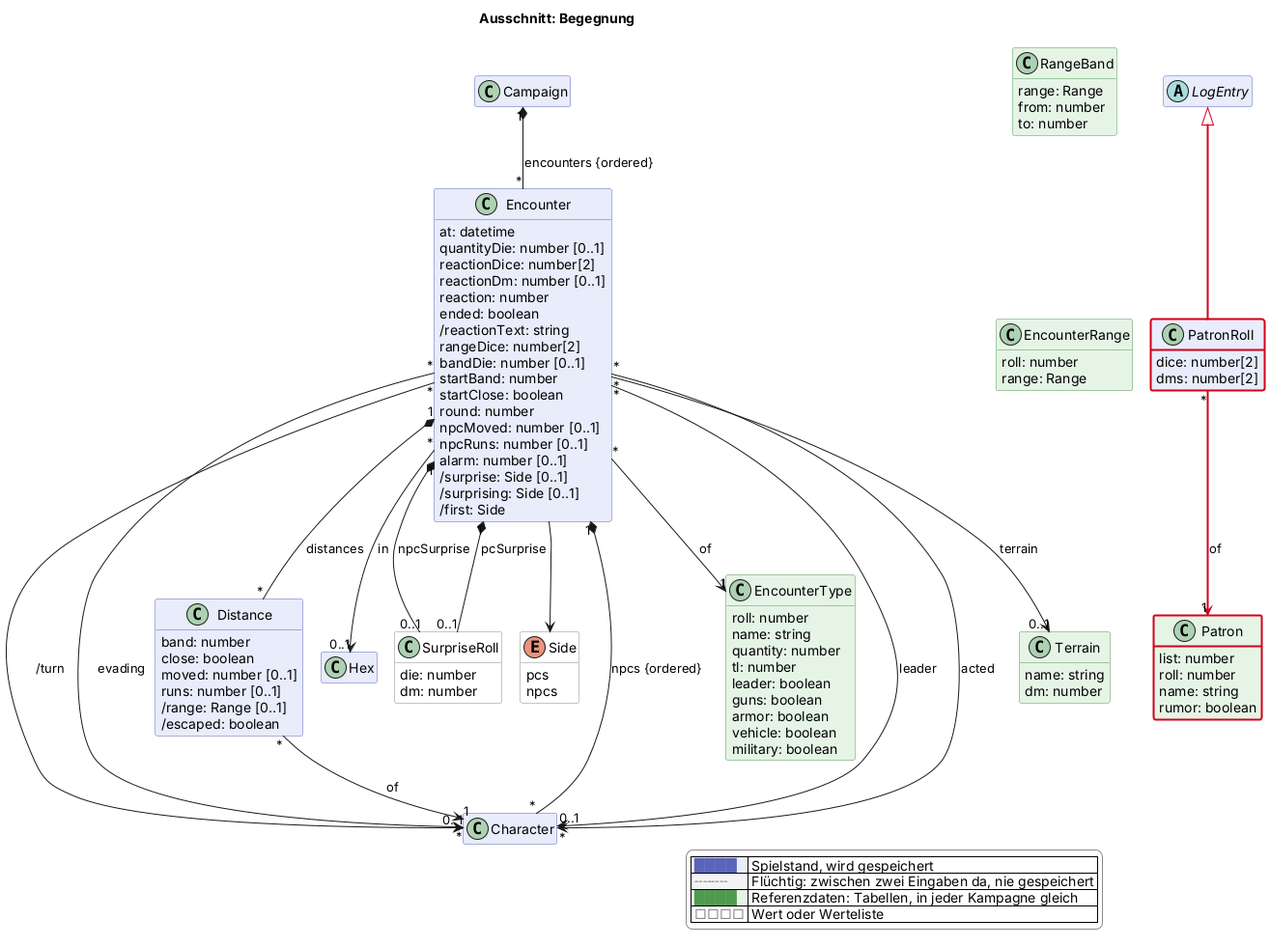
Earlier version of the PlantUML export docs/views/begegnung.png (scuzzar/SRE).
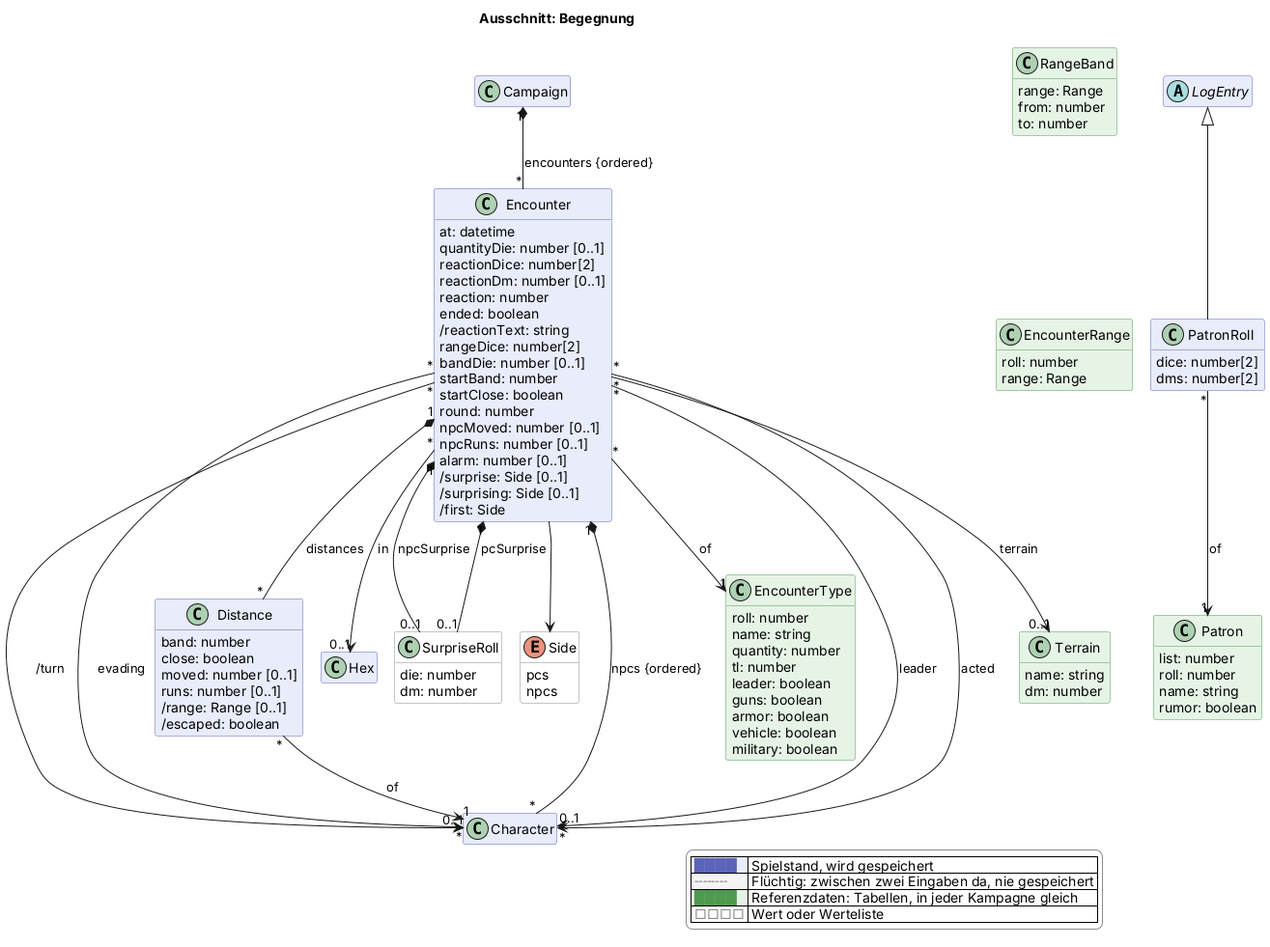
Above is the later version.

Commit message:
Modell: Patron freigegeben

What changed in the source:
```diff
@@ -73,7 +73,7 @@
   class Hex $sektor
 
   abstract class LogEntry $probe
-  class PatronRoll $begegnung $newClass("2026-11-12") {
+  class PatronRoll $begegnung {
     dice: number[2]
     dms: number[2]
   }
@@ -138,7 +138,7 @@
     vehicle: boolean
     military: boolean
   }
-  class Patron <<reference>> $begegnung $newClass("2026-11-12") {
+  class Patron <<reference>> $begegnung {
     list: number
     roll: number
     name: string
@@ -152,8 +152,8 @@
 
 
 
-LogEntry <|-$newArrow("2026-11-12")- PatronRoll
-PatronRoll "*" -$newArrow("2026-11-12")-> "1" Patron : of
+LogEntry <|-- PatronRoll
+PatronRoll "*" --> "1" Patron : of
 
 
 
```
